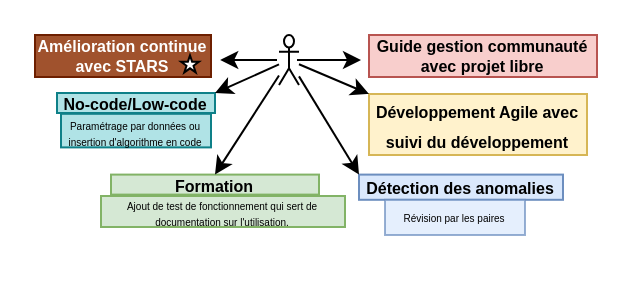
Earlier version of the draw.io diagram diagramme/developpeur_outil_developpement.drawio (mathben/memoire_generateur_code_2023). Source tidied: cells renumbered, new cells numbered last; positions are measured from the earlier drawing's top-left corner, leaving out a move shared by most shapes. Both pictures are drawn from the tidied source at 200%, with x=0, y=0 at pixel (34, 34).
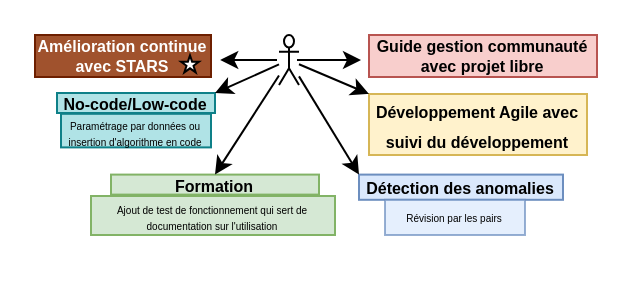
The same page after the edit.

Change to the diagram source:
```diff
@@
-    <mxCell id="2" value="&lt;p style=&quot;line-height: 50%;&quot;&gt;&lt;font style=&quot;font-size: 11px;&quot;&gt;&lt;font style=&quot;font-size: 10px;&quot;&gt;&lt;font style=&quot;font-size: 9px;&quot;&gt;&lt;font style=&quot;font-size: 8px;&quot;&gt;&lt;font style=&quot;font-size: 7px;&quot;&gt;&lt;font style=&quot;font-size: 6px;&quot;&gt;&lt;font style=&quot;font-size: 5px;&quot;&gt;Ajout de test de fonctionnement qui sert de documentation sur l'utilisation.&lt;br&gt;&lt;/font&gt;&lt;/font&gt;&lt;/font&gt;&lt;/font&gt;&lt;/font&gt;&lt;/font&gt;&lt;/font&gt;&lt;/p&gt;" style="text;html=1;strokeColor=#82b366;fillColor=#d5e8d4;align=center;verticalAlign=middle;whiteSpace=wrap;rounded=0;" parent="1" vertex="1">
-      <mxGeometry x="33" y="80.5" width="122" height="15.5" as="geometry" />
+    <mxCell id="2" value="&lt;p style=&quot;line-height: 50%;&quot;&gt;&lt;font style=&quot;font-size: 11px;&quot;&gt;&lt;font style=&quot;font-size: 10px;&quot;&gt;&lt;font style=&quot;font-size: 9px;&quot;&gt;&lt;font style=&quot;font-size: 8px;&quot;&gt;&lt;font style=&quot;font-size: 7px;&quot;&gt;&lt;font style=&quot;font-size: 6px;&quot;&gt;&lt;font style=&quot;font-size: 5px;&quot;&gt;Ajout de test de fonctionnement qui sert de documentation sur l'utilisation&lt;br&gt;&lt;/font&gt;&lt;/font&gt;&lt;/font&gt;&lt;/font&gt;&lt;/font&gt;&lt;/font&gt;&lt;/font&gt;&lt;/p&gt;" style="text;html=1;strokeColor=#82b366;fillColor=#d5e8d4;align=center;verticalAlign=middle;whiteSpace=wrap;rounded=0;" parent="1" vertex="1">
+      <mxGeometry x="28" y="80.5" width="122" height="19.5" as="geometry" />
     </mxCell>
@@
-    <mxCell id="17" value="&lt;p style=&quot;line-height: 30%;&quot;&gt;&lt;font style=&quot;font-size: 5px;&quot;&gt;Révision par les paires&lt;br&gt;&lt;/font&gt;&lt;/p&gt;" style="text;html=1;strokeColor=#6c8ebf;fillColor=#dae8fc;align=center;verticalAlign=middle;whiteSpace=wrap;rounded=0;opacity=70;" parent="1" vertex="1">
+    <mxCell id="17" value="&lt;p style=&quot;line-height: 30%;&quot;&gt;&lt;font style=&quot;font-size: 5px;&quot;&gt;Révision par les pairs&lt;br&gt;&lt;/font&gt;&lt;/p&gt;" style="text;html=1;strokeColor=#6c8ebf;fillColor=#dae8fc;align=center;verticalAlign=middle;whiteSpace=wrap;rounded=0;opacity=70;" parent="1" vertex="1">
       <mxGeometry x="175" y="82.4" width="70" height="17.6" as="geometry" />
     </mxCell>
```
